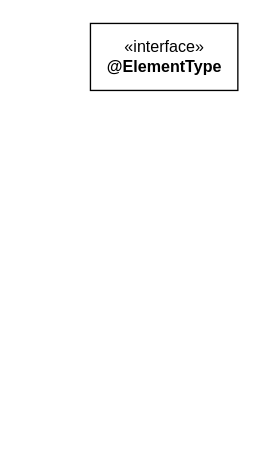
Earlier version of the draw.io diagram page "注解" (31 of 31) of jdk/rt.drawio (tadsimons/draw). Source tidied: cells renumbered, new cells numbered last; positions are measured from the earlier drawing's top-left corner, leaving out a move shared by most shapes. Both pictures are drawn from the tidied source at 134%, with x=0, y=0 at pixel (90, 23).
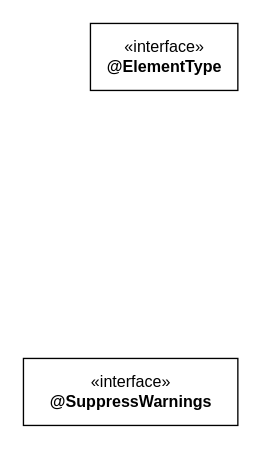
The same page after the edit.

What changed in the source:
```diff
@@
 <mxGraphModel>
   <root>
     <mxCell id="0" />
     <mxCell id="1" parent="0" />
     <mxCell id="2" value="«interface»&lt;br&gt;&lt;b&gt;@ElementType&lt;/b&gt;" style="html=1;" parent="1" vertex="1">
       <mxGeometry width="110" height="50" as="geometry" />
     </mxCell>
+    <mxCell id="3" value="«interface»&lt;br&gt;&lt;b&gt;@SuppressWarnings&lt;/b&gt;" style="html=1;" parent="1" vertex="1">
+      <mxGeometry x="-50" y="250" width="160" height="50" as="geometry" />
+    </mxCell>
   </root>
 </mxGraphModel>
```
